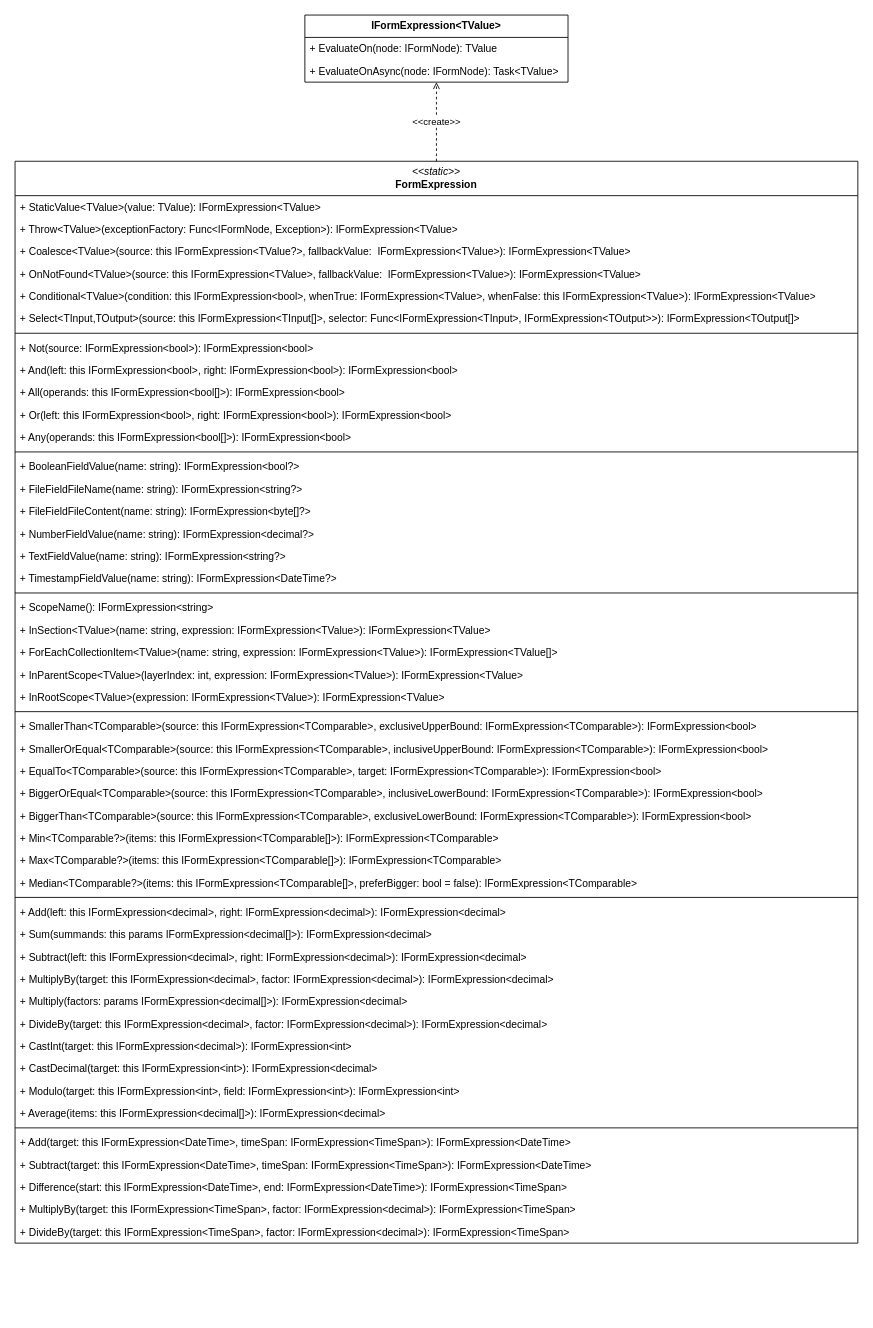
RGXStorm281/common keeps this draw.io diagram as doc/forms-concept/expressions.drawio. Above is the earlier version. Source tidied: cells renumbered, new cells numbered last; positions are measured from the earlier drawing's top-left corner, leaving out a move shared by most shapes. Both pictures are drawn from the tidied source at 86%, with x=0, y=0 at pixel (15, 15).
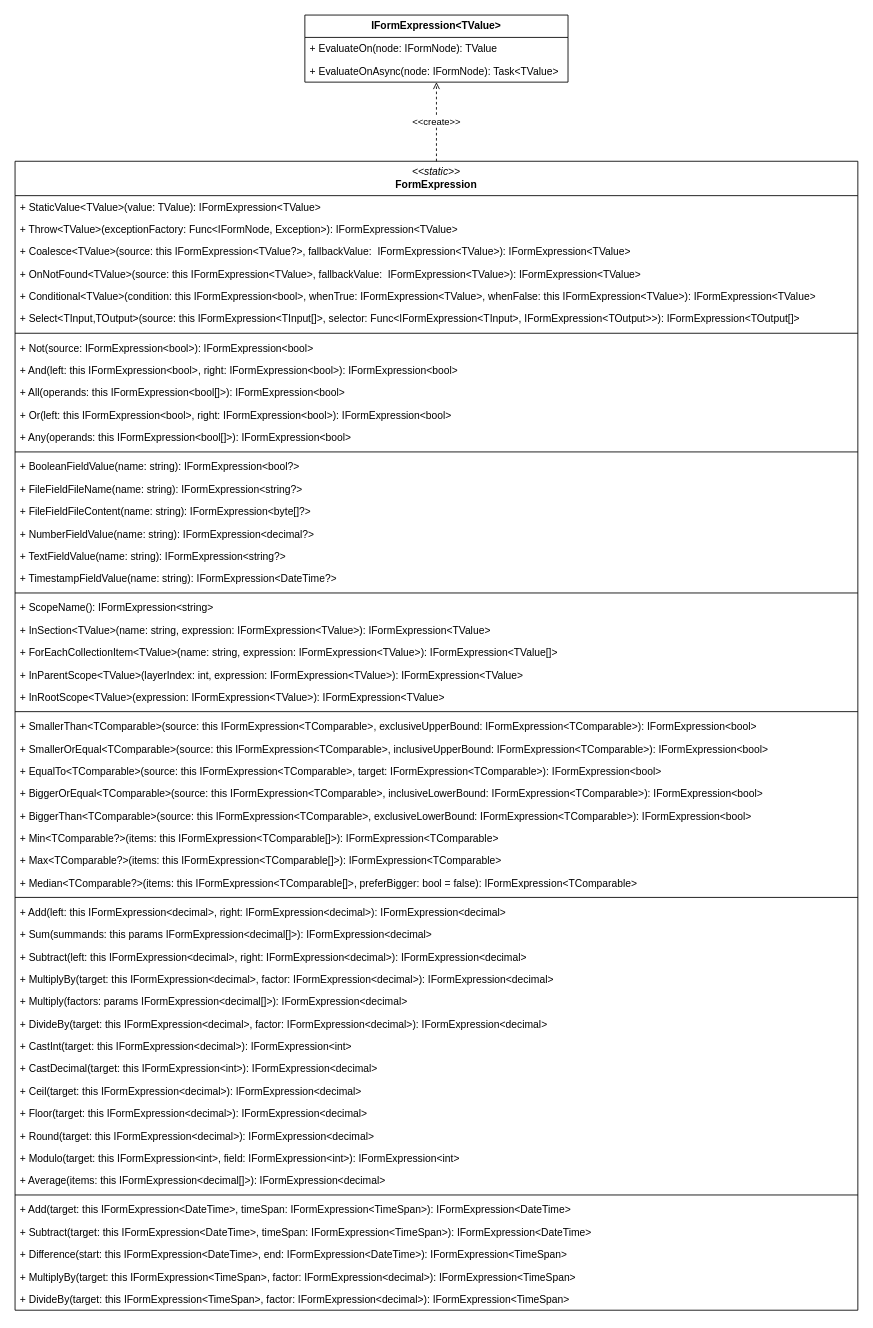
The same diagram, later.

What changed in the source:
```diff
@@
     <mxCell id="6" value="&lt;i&gt;&amp;lt;&amp;lt;static&amp;gt;&amp;gt;&lt;/i&gt;&lt;br&gt;&lt;b&gt;FormExpression&lt;/b&gt;" style="swimlane;fontStyle=0;horizontal=1;startSize=40;fillColor=none;whiteSpace=wrap;html=1;" parent="1" vertex="1">
-      <mxGeometry y="170" width="980" height="1258" as="geometry" />
+      <mxGeometry y="170" width="980" height="1336" as="geometry" />
     </mxCell>
@@
+    <mxCell id="58" value="+ Ceil(target: this IFormExpression&amp;lt;decimal&amp;gt;): IFormExpression&amp;lt;decimal&amp;gt;" style="text;strokeColor=none;fillColor=none;align=left;verticalAlign=top;spacingLeft=4;spacingRight=4;overflow=hidden;whiteSpace=wrap;html=1;" parent="6" vertex="1">
+      <mxGeometry y="1068" width="980" height="26" as="geometry" />
+    </mxCell>
+    <mxCell id="59" value="+ Floor(target: this IFormExpression&amp;lt;decimal&amp;gt;): IFormExpression&amp;lt;decimal&amp;gt;" style="text;strokeColor=none;fillColor=none;align=left;verticalAlign=top;spacingLeft=4;spacingRight=4;overflow=hidden;whiteSpace=wrap;html=1;" parent="6" vertex="1">
+      <mxGeometry y="1094" width="980" height="26" as="geometry" />
+    </mxCell>
+    <mxCell id="60" value="+ Round(target: this IFormExpression&amp;lt;decimal&amp;gt;): IFormExpression&amp;lt;decimal&amp;gt;" style="text;strokeColor=none;fillColor=none;align=left;verticalAlign=top;spacingLeft=4;spacingRight=4;overflow=hidden;whiteSpace=wrap;html=1;" parent="6" vertex="1">
+      <mxGeometry y="1120" width="980" height="26" as="geometry" />
+    </mxCell>
     <mxCell id="50" value="+ Modulo(target: this IFormExpression&amp;lt;int&amp;gt;, field: IFormExpression&amp;lt;int&amp;gt;): IFormExpression&amp;lt;int&amp;gt;" style="text;strokeColor=none;fillColor=none;align=left;verticalAlign=top;spacingLeft=4;spacingRight=4;overflow=hidden;whiteSpace=wrap;html=1;" parent="6" vertex="1">
-      <mxGeometry y="1068" width="980" height="26" as="geometry" />
+      <mxGeometry y="1146" width="980" height="26" as="geometry" />
     </mxCell>
     <mxCell id="51" value="+ Average(items: this IFormExpression&amp;lt;decimal[]&amp;gt;): IFormExpression&amp;lt;decimal&amp;gt;" style="text;strokeColor=none;fillColor=none;align=left;verticalAlign=top;spacingLeft=4;spacingRight=4;overflow=hidden;whiteSpace=wrap;html=1;" parent="6" vertex="1">
-      <mxGeometry y="1094" width="980" height="26" as="geometry" />
+      <mxGeometry y="1172" width="980" height="26" as="geometry" />
     </mxCell>
     <mxCell id="52" style="line;strokeWidth=1;fillColor=none;align=left;verticalAlign=middle;spacingTop=-1;spacingLeft=3;spacingRight=3;labelPosition=right;strokeColor=inherit;" parent="6" vertex="1">
-      <mxGeometry y="1120" width="980" height="8" as="geometry" />
+      <mxGeometry y="1198" width="980" height="8" as="geometry" />
     </mxCell>
     <mxCell id="53" value="+ Add(target: this IFormExpression&amp;lt;DateTime&amp;gt;, timeSpan: IFormExpression&amp;lt;TimeSpan&amp;gt;): IFormExpression&amp;lt;DateTime&amp;gt;" style="text;strokeColor=none;fillColor=none;align=left;verticalAlign=top;spacingLeft=4;spacingRight=4;overflow=hidden;whiteSpace=wrap;html=1;" parent="6" vertex="1">
-      <mxGeometry y="1128" width="980" height="26" as="geometry" />
+      <mxGeometry y="1206" width="980" height="26" as="geometry" />
     </mxCell>
     <mxCell id="54" value="+ Subtract(target: this IFormExpression&amp;lt;DateTime&amp;gt;, timeSpan: IFormExpression&amp;lt;TimeSpan&amp;gt;): IFormExpression&amp;lt;DateTime&amp;gt;" style="text;strokeColor=none;fillColor=none;align=left;verticalAlign=top;spacingLeft=4;spacingRight=4;overflow=hidden;whiteSpace=wrap;html=1;" parent="6" vertex="1">
-      <mxGeometry y="1154" width="980" height="26" as="geometry" />
+      <mxGeometry y="1232" width="980" height="26" as="geometry" />
     </mxCell>
     <mxCell id="55" value="+ Difference(start: this IFormExpression&amp;lt;DateTime&amp;gt;, end: IFormExpression&amp;lt;DateTime&amp;gt;): IFormExpression&amp;lt;TimeSpan&amp;gt;" style="text;strokeColor=none;fillColor=none;align=left;verticalAlign=top;spacingLeft=4;spacingRight=4;overflow=hidden;whiteSpace=wrap;html=1;" parent="6" vertex="1">
-      <mxGeometry y="1180" width="980" height="26" as="geometry" />
+      <mxGeometry y="1258" width="980" height="26" as="geometry" />
     </mxCell>
     <mxCell id="56" value="+ MultiplyBy(target: this IFormExpression&amp;lt;TimeSpan&amp;gt;, factor: IFormExpression&amp;lt;decimal&amp;gt;): IFormExpression&amp;lt;TimeSpan&amp;gt;" style="text;strokeColor=none;fillColor=none;align=left;verticalAlign=top;spacingLeft=4;spacingRight=4;overflow=hidden;whiteSpace=wrap;html=1;" parent="6" vertex="1">
-      <mxGeometry y="1206" width="980" height="26" as="geometry" />
+      <mxGeometry y="1284" width="980" height="26" as="geometry" />
     </mxCell>
     <mxCell id="57" value="+ DivideBy(target: this IFormExpression&amp;lt;TimeSpan&amp;gt;, factor: IFormExpression&amp;lt;decimal&amp;gt;): IFormExpression&amp;lt;TimeSpan&amp;gt;" style="text;strokeColor=none;fillColor=none;align=left;verticalAlign=top;spacingLeft=4;spacingRight=4;overflow=hidden;whiteSpace=wrap;html=1;" parent="6" vertex="1">
-      <mxGeometry y="1232" width="980" height="26" as="geometry" />
+      <mxGeometry y="1310" width="980" height="26" as="geometry" />
     </mxCell>
```
